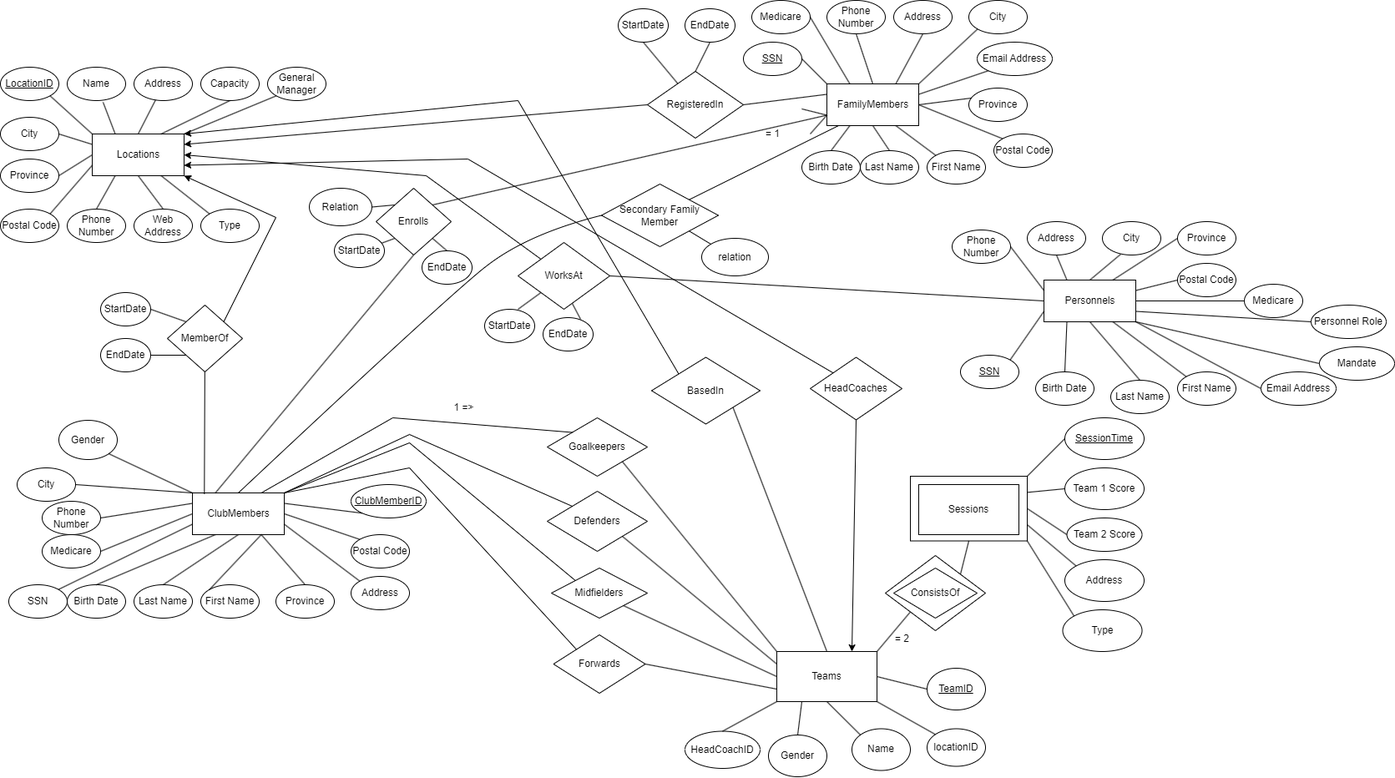
Siri2K/Club-membership keeps this draw.io diagram as ERDiagram.png. Above is the earlier version. Source tidied: cells renumbered, new cells last; positions are measured from the earlier drawing's top-left corner, leaving out a move shared by most shapes.
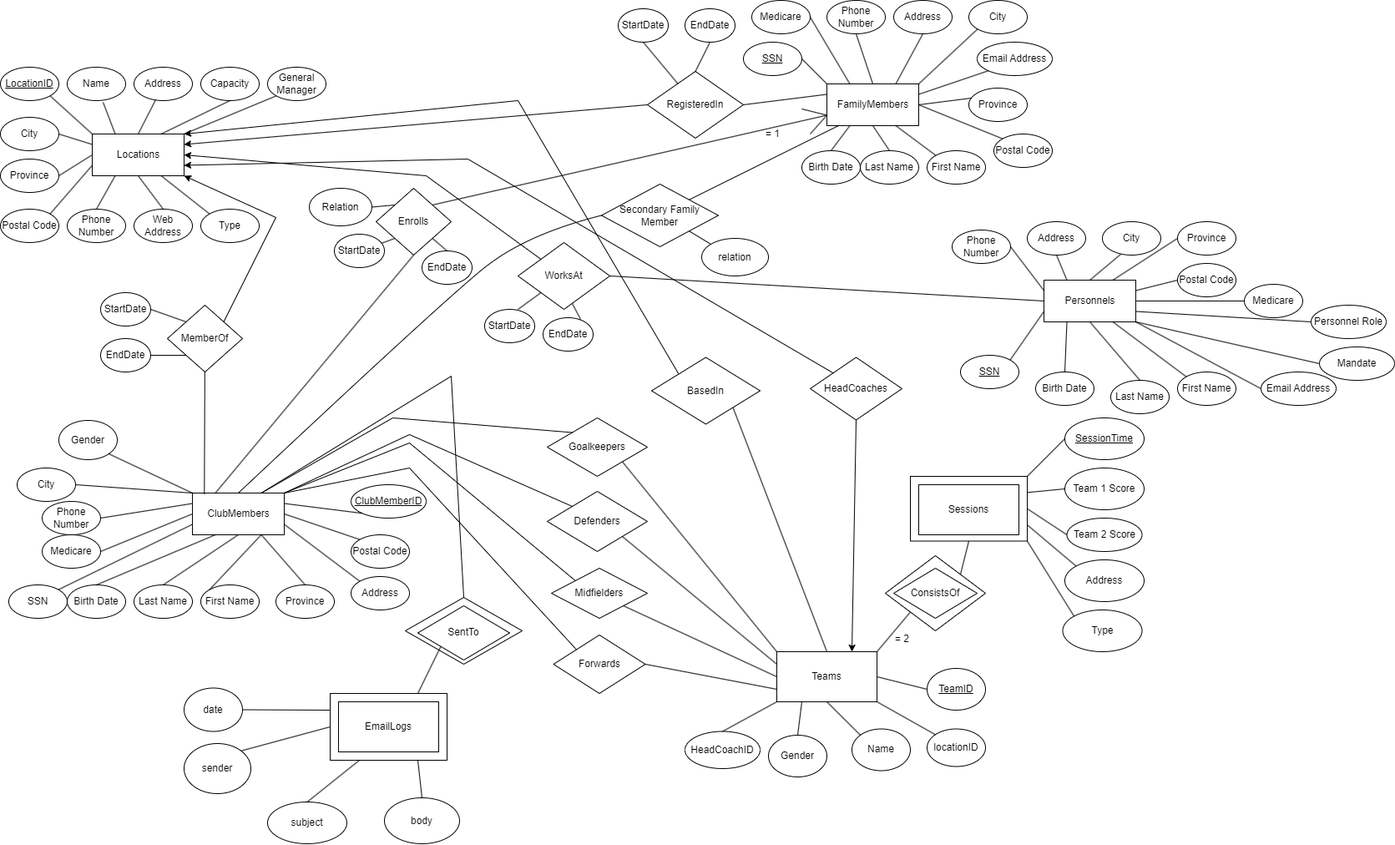
After the change.

What changed in the source:
```diff
@@ -2,6 +2,12 @@
   <root>
     <mxCell id="0" />
     <mxCell id="1" parent="0" />
+    <mxCell id="185" style="rhombus;whiteSpace=wrap;html=1;" parent="1" vertex="1">
+      <mxGeometry x="485" y="715" width="140" height="80" as="geometry" />
+    </mxCell>
+    <mxCell id="186" style="rounded=0;whiteSpace=wrap;html=1;" parent="1" vertex="1">
+      <mxGeometry x="395" y="830" width="140" height="80" as="geometry" />
+    </mxCell>
     <mxCell id="2" style="rhombus;whiteSpace=wrap;html=1;" parent="1" vertex="1">
       <mxGeometry x="1060" y="665" width="120" height="90" as="geometry" />
     </mxCell>
@@ -594,8 +600,45 @@
     <mxCell id="183" style="endArrow=none;html=1;rounded=0;entryX=0;entryY=1;entryDx=0;entryDy=0;exitX=0.5;exitY=0;exitDx=0;exitDy=0;" parent="1" edge="1" source="182" target="128">
       <mxGeometry relative="1" as="geometry" />
     </mxCell>
-    <mxCell id="184" value="1 =&amp;gt;" style="text;html=1;align=center;verticalAlign=middle;strokeColor=none;fillColor=none;" parent="1" vertex="1">
-      <mxGeometry x="530" y="473" width="50" height="30" as="geometry" />
-    </mxCell>
+    <mxCell id="187" value="EmailLogs" style="rounded=0;whiteSpace=wrap;html=1;" parent="1" vertex="1">
+      <mxGeometry x="405" y="840" width="120" height="60" as="geometry" />
+    </mxCell>
+    <mxCell id="188" value="SentTo" style="rhombus;whiteSpace=wrap;html=1;" parent="1" vertex="1">
+      <mxGeometry x="500" y="725" width="110" height="65" as="geometry" />
+    </mxCell>
+    <mxCell id="189" style="endArrow=none;html=1;rounded=0;entryX=0;entryY=1;entryDx=0;entryDy=0;exitX=0.75;exitY=0;exitDx=0;exitDy=0;" parent="1" edge="1" source="186" target="188">
+      <mxGeometry relative="1" as="geometry" />
+    </mxCell>
+    <mxCell id="190" style="endArrow=none;html=1;rounded=0;entryX=0.75;entryY=0;entryDx=0;entryDy=0;exitX=0.5;exitY=0;exitDx=0;exitDy=0;" parent="1" edge="1" source="185" target="26">
+      <mxGeometry relative="1" as="geometry">
+        <Array as="points">
+          <mxPoint x="540" y="450" />
+        </Array>
+      </mxGeometry>
+    </mxCell>
+    <mxCell id="191" value="date" style="ellipse;whiteSpace=wrap;html=1;" parent="1" vertex="1">
+      <mxGeometry x="220" y="823.5" width="70" height="52" as="geometry" />
+    </mxCell>
+    <mxCell id="192" value="sender" style="ellipse;whiteSpace=wrap;html=1;" parent="1" vertex="1">
+      <mxGeometry x="220" y="890" width="80" height="60" as="geometry" />
+    </mxCell>
+    <mxCell id="193" value="subject" style="ellipse;whiteSpace=wrap;html=1;" parent="1" vertex="1">
+      <mxGeometry x="320" y="960" width="95" height="50" as="geometry" />
+    </mxCell>
+    <mxCell id="194" value="body" style="ellipse;whiteSpace=wrap;html=1;" parent="1" vertex="1">
+      <mxGeometry x="460" y="955" width="90" height="55" as="geometry" />
+    </mxCell>
+    <mxCell id="195" style="endArrow=none;html=1;rounded=0;entryX=0;entryY=0.25;entryDx=0;entryDy=0;exitX=1;exitY=0.5;exitDx=0;exitDy=0;" parent="1" edge="1" source="191" target="186">
+      <mxGeometry relative="1" as="geometry" />
+    </mxCell>
+    <mxCell id="196" style="endArrow=none;html=1;rounded=0;entryX=0;entryY=0.5;entryDx=0;entryDy=0;exitX=1;exitY=0;exitDx=0;exitDy=0;" parent="1" edge="1" source="192" target="186">
+      <mxGeometry relative="1" as="geometry" />
+    </mxCell>
+    <mxCell id="197" style="endArrow=none;html=1;rounded=0;entryX=0.25;entryY=1;entryDx=0;entryDy=0;exitX=0.5;exitY=0;exitDx=0;exitDy=0;" parent="1" edge="1" source="193" target="186">
+      <mxGeometry relative="1" as="geometry" />
+    </mxCell>
+    <mxCell id="198" style="endArrow=none;html=1;rounded=0;entryX=0.75;entryY=1;entryDx=0;entryDy=0;exitX=0.5;exitY=0;exitDx=0;exitDy=0;" parent="1" edge="1" source="194" target="186">
+      <mxGeometry relative="1" as="geometry" />
+    </mxCell>
   </root>
 </mxGraphModel>
```
